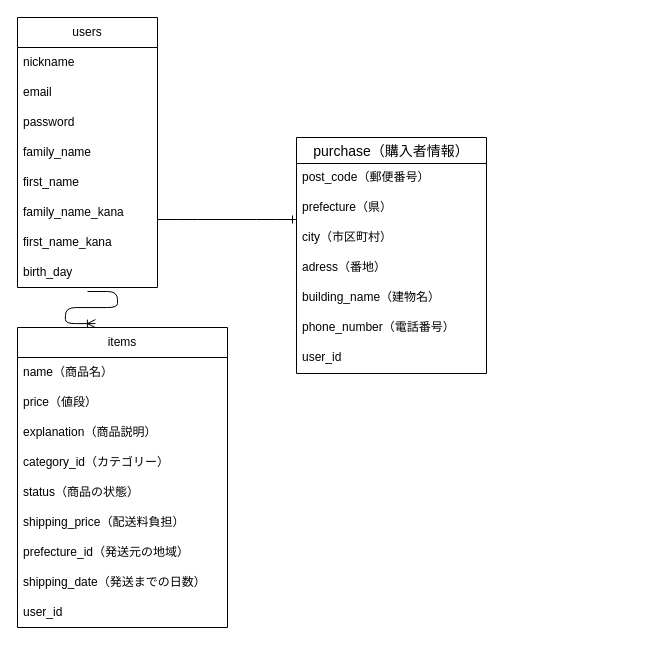
The draw.io diagram page "ページ1" (1 of 2) of test.dio in kentakko/furima-39377, before the edit. Source tidied: cells renumbered, new cells numbered last; positions are measured from the earlier drawing's top-left corner, leaving out a move shared by most shapes. Both pictures are drawn from the tidied source at 100%, with x=0, y=0 at pixel (17, 17).
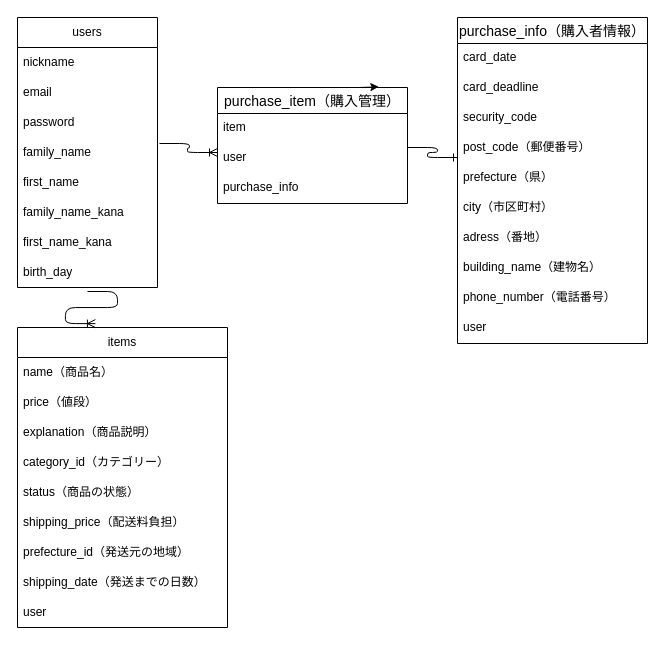
After the change.

Unchanged cells that the change refers to:
```xml
<mxCell id="6" value="family_name" style="text;strokeColor=none;fillColor=none;align=left;verticalAlign=middle;spacingLeft=4;spacingRight=4;overflow=hidden;points=[[0,0.5],[1,0.5]];portConstraint=eastwest;whiteSpace=wrap;html=1;" parent="2" vertex="1">
  <mxGeometry y="120" width="140" height="30" as="geometry" />
</mxCell>
<mxCell id="11" value="items" style="swimlane;fontStyle=0;horizontal=1;startSize=30;whiteSpace=wrap;html=1;" parent="1" vertex="1">
  <mxGeometry y="310" width="210" height="300" as="geometry" />
</mxCell>
```

Change to the diagram source:
```diff
@@
-    <mxCell id="20" value="user_id" style="text;strokeColor=none;fillColor=none;align=left;verticalAlign=middle;spacingLeft=4;spacingRight=4;overflow=hidden;whiteSpace=wrap;html=1;" parent="11" vertex="1">
+    <mxCell id="20" value="user" style="text;strokeColor=none;fillColor=none;align=left;verticalAlign=middle;spacingLeft=4;spacingRight=4;overflow=hidden;whiteSpace=wrap;html=1;" parent="11" vertex="1">
       <mxGeometry y="270" width="210" height="30" as="geometry" />
     </mxCell>
-    <mxCell id="21" value="purchase（購入者情報）" style="swimlane;fontStyle=0;horizontal=1;startSize=26;align=center;fontSize=14;" parent="1" vertex="1">
-      <mxGeometry x="279" y="120" width="190" height="236" as="geometry" />
+    <mxCell id="21" value="purchase_info（購入者情報）" style="swimlane;fontStyle=0;horizontal=1;startSize=26;align=center;fontSize=14;" parent="1" vertex="1">
+      <mxGeometry x="440" width="190" height="326" as="geometry" />
     </mxCell>
+    <mxCell id="31" value="card_date" style="text;strokeColor=none;fillColor=none;spacingLeft=4;spacingRight=4;overflow=hidden;fontSize=12;" parent="21" vertex="1">
+      <mxGeometry y="26" width="190" height="30" as="geometry" />
+    </mxCell>
+    <mxCell id="32" value="card_deadline" style="text;strokeColor=none;fillColor=none;spacingLeft=4;spacingRight=4;overflow=hidden;fontSize=12;" parent="21" vertex="1">
+      <mxGeometry y="56" width="190" height="30" as="geometry" />
+    </mxCell>
+    <mxCell id="33" value="security_code" style="text;strokeColor=none;fillColor=none;spacingLeft=4;spacingRight=4;overflow=hidden;fontSize=12;" parent="21" vertex="1">
+      <mxGeometry y="86" width="190" height="30" as="geometry" />
+    </mxCell>
     <mxCell id="22" value="post_code（郵便番号）&#10;" style="text;strokeColor=none;fillColor=none;spacingLeft=4;spacingRight=4;overflow=hidden;fontSize=12;" parent="21" vertex="1">
-      <mxGeometry y="26" width="190" height="30" as="geometry" />
+      <mxGeometry y="116" width="190" height="30" as="geometry" />
     </mxCell>
     <mxCell id="23" value="prefecture（県）&#10;" style="text;strokeColor=none;fillColor=none;spacingLeft=4;spacingRight=4;overflow=hidden;fontSize=12;" parent="21" vertex="1">
-      <mxGeometry y="56" width="190" height="30" as="geometry" />
+      <mxGeometry y="146" width="190" height="30" as="geometry" />
     </mxCell>
     <mxCell id="24" value="city（市区町村）" style="text;strokeColor=none;fillColor=none;spacingLeft=4;spacingRight=4;overflow=hidden;fontSize=12;" parent="21" vertex="1">
-      <mxGeometry y="86" width="190" height="30" as="geometry" />
+      <mxGeometry y="176" width="190" height="30" as="geometry" />
     </mxCell>
     <mxCell id="25" value="adress（番地）&#10;" style="text;strokeColor=none;fillColor=none;spacingLeft=4;spacingRight=4;overflow=hidden;fontSize=12;" parent="21" vertex="1">
-      <mxGeometry y="116" width="190" height="30" as="geometry" />
+      <mxGeometry y="206" width="190" height="30" as="geometry" />
     </mxCell>
     <mxCell id="26" value="building_name（建物名）&#10;" style="text;strokeColor=none;fillColor=none;spacingLeft=4;spacingRight=4;overflow=hidden;fontSize=12;" parent="21" vertex="1">
-      <mxGeometry y="146" width="190" height="30" as="geometry" />
+      <mxGeometry y="236" width="190" height="30" as="geometry" />
     </mxCell>
     <mxCell id="27" value="phone_number（電話番号）&#10;" style="text;strokeColor=none;fillColor=none;spacingLeft=4;spacingRight=4;overflow=hidden;fontSize=12;" parent="21" vertex="1">
-      <mxGeometry y="176" width="190" height="30" as="geometry" />
+      <mxGeometry y="266" width="190" height="30" as="geometry" />
     </mxCell>
-    <mxCell id="28" value="user_id" style="text;strokeColor=none;fillColor=none;spacingLeft=4;spacingRight=4;overflow=hidden;fontSize=12;" parent="21" vertex="1">
-      <mxGeometry y="206" width="190" height="30" as="geometry" />
+    <mxCell id="28" value="user" style="text;strokeColor=none;fillColor=none;spacingLeft=4;spacingRight=4;overflow=hidden;fontSize=12;" parent="21" vertex="1">
+      <mxGeometry y="296" width="190" height="30" as="geometry" />
     </mxCell>
@@
-    <mxCell id="30" style="edgeStyle=entityRelationEdgeStyle;fontSize=12;html=1;endArrow=ERone;endFill=1;entryX=0.006;entryY=0.067;entryDx=0;entryDy=0;entryPerimeter=0;" parent="1" edge="1">
-      <mxGeometry relative="1" as="geometry">
-        <mxPoint x="140" y="202" as="sourcePoint" />
-        <mxPoint x="279" y="202" as="targetPoint" />
-      </mxGeometry>
-    </mxCell>
+    <mxCell id="34" value="purchase_item（購入管理）" style="swimlane;fontStyle=0;horizontal=1;startSize=26;align=center;fontSize=14;" parent="1" vertex="1">
+      <mxGeometry x="200" y="70" width="190" height="116" as="geometry" />
+    </mxCell>
+    <mxCell id="35" value="item" style="text;strokeColor=none;fillColor=none;spacingLeft=4;spacingRight=4;overflow=hidden;fontSize=12;" parent="34" vertex="1">
+      <mxGeometry y="26" width="190" height="30" as="geometry" />
+    </mxCell>
+    <mxCell id="36" value="user" style="text;strokeColor=none;fillColor=none;spacingLeft=4;spacingRight=4;overflow=hidden;points=[[0,0.5],[1,0.5]];portConstraint=eastwest;fontSize=12;" parent="34" vertex="1">
+      <mxGeometry y="56" width="190" height="30" as="geometry" />
+    </mxCell>
+    <mxCell id="37" value="purchase_info" style="text;strokeColor=none;fillColor=none;spacingLeft=4;spacingRight=4;overflow=hidden;fontSize=12;" parent="34" vertex="1">
+      <mxGeometry y="86" width="190" height="30" as="geometry" />
+    </mxCell>
+    <mxCell id="38" style="edgeStyle=entityRelationEdgeStyle;fontSize=12;html=1;endArrow=ERoneToMany;exitX=1.014;exitY=0.2;exitDx=0;exitDy=0;exitPerimeter=0;" parent="1" edge="1" source="6">
+      <mxGeometry relative="1" as="geometry">
+        <mxPoint x="200" y="135" as="targetPoint" />
+      </mxGeometry>
+    </mxCell>
+    <mxCell id="39" style="edgeStyle=entityRelationEdgeStyle;fontSize=12;html=1;endArrow=ERone;endFill=1;exitX=1;exitY=0.133;exitDx=0;exitDy=0;exitPerimeter=0;" parent="1" edge="1" source="36">
+      <mxGeometry relative="1" as="geometry">
+        <mxPoint x="440" y="140" as="targetPoint" />
+      </mxGeometry>
+    </mxCell>
+    <mxCell id="40" style="edgeStyle=none;html=1;exitX=0.75;exitY=0;exitDx=0;exitDy=0;entryX=0.849;entryY=-0.006;entryDx=0;entryDy=0;entryPerimeter=0;" parent="1" edge="1" source="34" target="34">
+      <mxGeometry relative="1" as="geometry" />
+    </mxCell>
```
